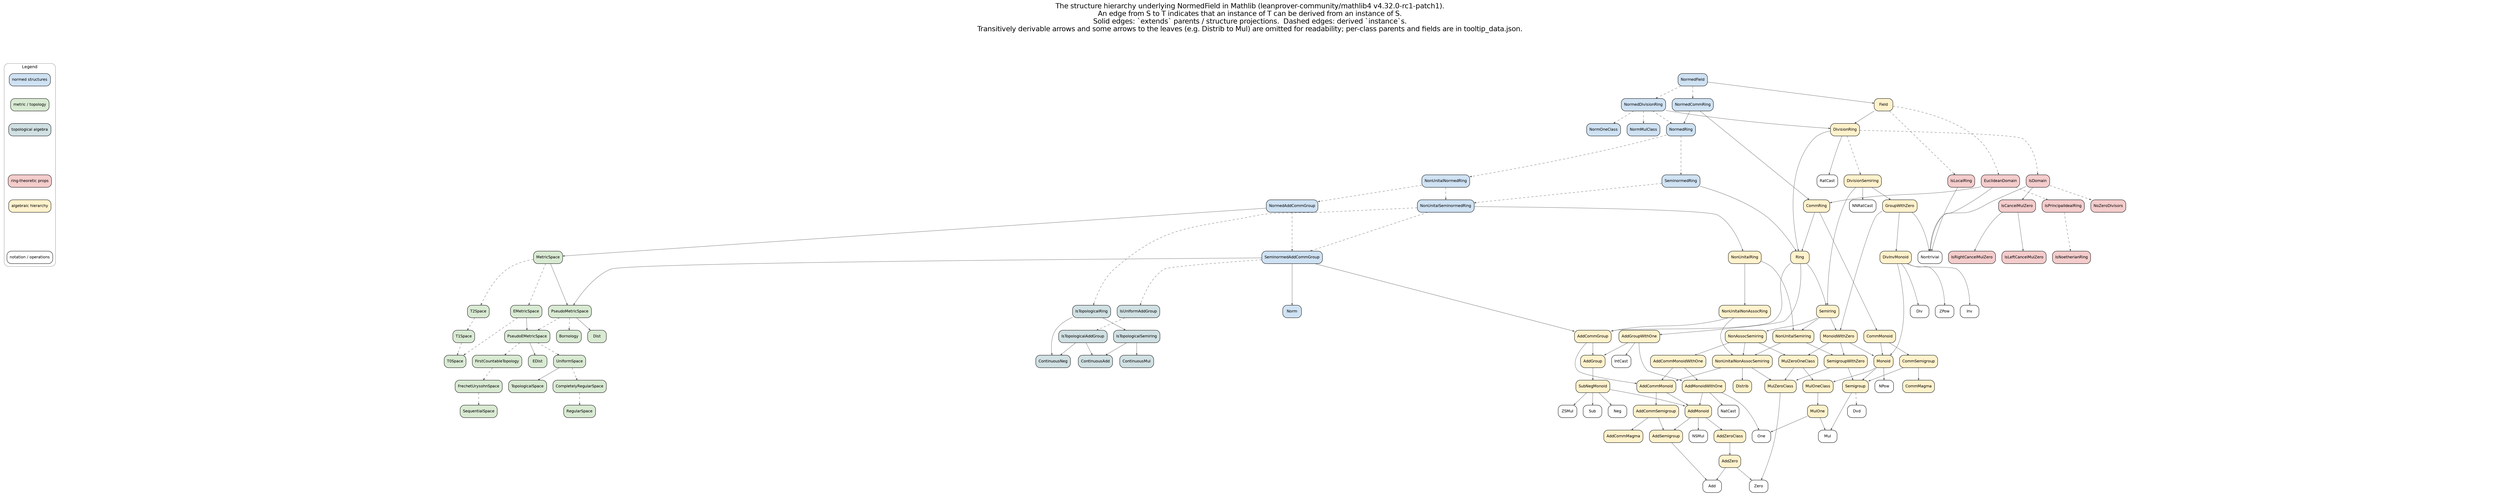
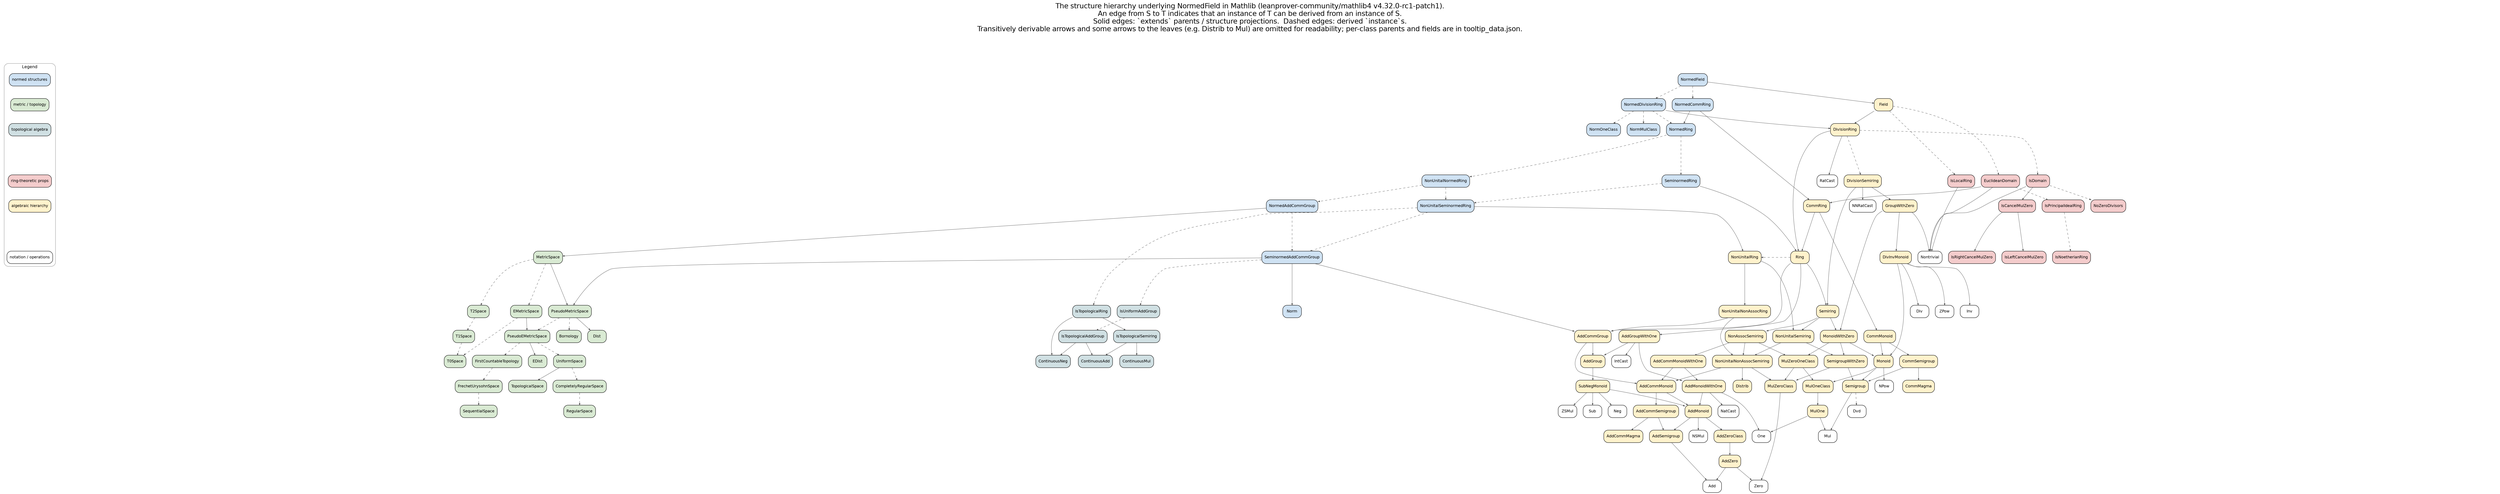
digraph mathlib {
  label="The structure hierarchy underlying NormedField in Mathlib (leanprover-community/mathlib4 v4.32.0-rc1-patch1).\nAn edge from S to T indicates that an instance of T can be derived from an instance of S.\nSolid edges: `extends` parents / structure projections.  Dashed edges: derived `instance`s.\nTransitively derivable arrows and some arrows to the leaves (e.g. Distrib to Mul) are omitted for readability; per-class parents and fields are in tooltip_data.json."; labelloc=t; fontname="Helvetica"; fontsize=20;
  node [shape=box, style="rounded,filled", fontname="Helvetica", fontsize=11, color=black];
  edge [color="#555555", penwidth=0.8, arrowsize=0.5];
  subgraph cluster_legend {
    label="Legend"; fontsize=12; color="#999999"; style=rounded;
    L1 [label="normed structures", fillcolor="#cfe2f3"];
    L2 [label="metric / topology", fillcolor="#d9ead3"];
    L3 [label="topological algebra", fillcolor="#d0e0e3"];
    L4 [label="ring-theoretic props", fillcolor="#f4cccc"];
    L5 [label="algebraic hierarchy", fillcolor="#fff2cc"];
    L6 [label="notation / operations", fillcolor="#ffffff"];
    L1 -> L2 [style=invis];
    L2 -> L3 [style=invis];
    L3 -> L4 [style=invis];
    L4 -> L5 [style=invis];
    L5 -> L6 [style=invis];
  }
  "Ring" [fillcolor="#fff2cc"];
  "DivisionRing" [fillcolor="#fff2cc"];
  "CommRing" [fillcolor="#fff2cc"];
  "Field" [fillcolor="#fff2cc"];
  "NonUnitalRing" [fillcolor="#fff2cc"];
  "AddCommGroup" [fillcolor="#fff2cc"];
  "Nontrivial" [fillcolor="#ffffff"];
  "MonoidWithZero" [fillcolor="#fff2cc"];
  "Monoid" [fillcolor="#fff2cc"];
  "SemigroupWithZero" [fillcolor="#fff2cc"];
  "MulZeroOneClass" [fillcolor="#fff2cc"];
  "ZPow" [fillcolor="#ffffff"];
  "NonUnitalNonAssocRing" [fillcolor="#fff2cc"];
  "NonUnitalNonAssocSemiring" [fillcolor="#fff2cc"];
  "AddMonoidWithOne" [fillcolor="#fff2cc"];
  "NatCast" [fillcolor="#ffffff"];
  "One" [fillcolor="#ffffff"];
  "AddMonoid" [fillcolor="#fff2cc"];
  "Distrib" [fillcolor="#fff2cc"];
  "Sub" [fillcolor="#ffffff"];
  "NonAssocSemiring" [fillcolor="#fff2cc"];
  "AddCommMonoidWithOne" [fillcolor="#fff2cc"];
  "MulOneClass" [fillcolor="#fff2cc"];
  "MulOne" [fillcolor="#fff2cc"];
  "AddCommSemigroup" [fillcolor="#fff2cc"];
  "AddCommMagma" [fillcolor="#fff2cc"];
  "AddSemigroup" [fillcolor="#fff2cc"];
  "AddZero" [fillcolor="#fff2cc"];
  "Zero" [fillcolor="#ffffff"];
  "Add" [fillcolor="#ffffff"];
  "IntCast" [fillcolor="#ffffff"];
  "Inv" [fillcolor="#ffffff"];
  "CommMonoid" [fillcolor="#fff2cc"];
  "CommSemigroup" [fillcolor="#fff2cc"];
  "Neg" [fillcolor="#ffffff"];
  "Semigroup" [fillcolor="#fff2cc"];
  "NPow" [fillcolor="#ffffff"];
  "DivInvMonoid" [fillcolor="#fff2cc"];
  "Div" [fillcolor="#ffffff"];
  "Mul" [fillcolor="#ffffff"];
  "Dvd" [fillcolor="#ffffff"];
  "MulZeroClass" [fillcolor="#fff2cc"];
  "AddCommMonoid" [fillcolor="#fff2cc"];
  "AddGroup" [fillcolor="#fff2cc"];
  "Semiring" [fillcolor="#fff2cc"];
  "AddGroupWithOne" [fillcolor="#fff2cc"];
  "NSMul" [fillcolor="#ffffff"];
  "AddZeroClass" [fillcolor="#fff2cc"];
  "NNRatCast" [fillcolor="#ffffff"];
  "SubNegMonoid" [fillcolor="#fff2cc"];
  "CommMagma" [fillcolor="#fff2cc"];
  "NonUnitalSemiring" [fillcolor="#fff2cc"];
  "ZSMul" [fillcolor="#ffffff"];
  "RatCast" [fillcolor="#ffffff"];
  "GroupWithZero" [fillcolor="#fff2cc"];
  "DivisionSemiring" [fillcolor="#fff2cc"];
  subgraph cluster_normed {
    style=invis;
    "NormedRing" [fillcolor="#cfe2f3"];
    "SeminormedRing" [fillcolor="#cfe2f3"];
    "NonUnitalNormedRing" [fillcolor="#cfe2f3"];
    "NonUnitalSeminormedRing" [fillcolor="#cfe2f3"];
    "NormedDivisionRing" [fillcolor="#cfe2f3"];
    "NormOneClass" [fillcolor="#cfe2f3"];
    "NormMulClass" [fillcolor="#cfe2f3"];
    "NormedCommRing" [fillcolor="#cfe2f3"];
    "NormedField" [fillcolor="#cfe2f3"];
    "NormedAddCommGroup" [fillcolor="#cfe2f3"];
    "SeminormedAddCommGroup" [fillcolor="#cfe2f3"];
    "Norm" [fillcolor="#cfe2f3"];
  }
  subgraph cluster_ringth {
    style=invis;
    "EuclideanDomain" [fillcolor="#f4cccc"];
    "IsPrincipalIdealRing" [fillcolor="#f4cccc"];
    "IsDomain" [fillcolor="#f4cccc"];
    "NoZeroDivisors" [fillcolor="#f4cccc"];
    "IsCancelMulZero" [fillcolor="#f4cccc"];
    "IsLocalRing" [fillcolor="#f4cccc"];
    "IsNoetherianRing" [fillcolor="#f4cccc"];
    "IsLeftCancelMulZero" [fillcolor="#f4cccc"];
    "IsRightCancelMulZero" [fillcolor="#f4cccc"];
  }
  subgraph cluster_topo {
    style=invis;
    "T2Space" [fillcolor="#d9ead3"];
    "T1Space" [fillcolor="#d9ead3"];
    "CompletelyRegularSpace" [fillcolor="#d9ead3"];
    "RegularSpace" [fillcolor="#d9ead3"];
    "PseudoEMetricSpace" [fillcolor="#d9ead3"];
    "FirstCountableTopology" [fillcolor="#d9ead3"];
    "EDist" [fillcolor="#d9ead3"];
    "UniformSpace" [fillcolor="#d9ead3"];
    "Dist" [fillcolor="#d9ead3"];
    "TopologicalSpace" [fillcolor="#d9ead3"];
    "FrechetUrysohnSpace" [fillcolor="#d9ead3"];
    "SequentialSpace" [fillcolor="#d9ead3"];
    "Bornology" [fillcolor="#d9ead3"];
    "EMetricSpace" [fillcolor="#d9ead3"];
    "T0Space" [fillcolor="#d9ead3"];
    "MetricSpace" [fillcolor="#d9ead3"];
    "PseudoMetricSpace" [fillcolor="#d9ead3"];
  }
  subgraph cluster_topoalg {
    style=invis;
    "ContinuousMul" [fillcolor="#d0e0e3"];
    "IsTopologicalAddGroup" [fillcolor="#d0e0e3"];
    "ContinuousAdd" [fillcolor="#d0e0e3"];
    "ContinuousNeg" [fillcolor="#d0e0e3"];
    "IsTopologicalRing" [fillcolor="#d0e0e3"];
    "IsTopologicalSemiring" [fillcolor="#d0e0e3"];
    "IsUniformAddGroup" [fillcolor="#d0e0e3"];
  }
  "T2Space" -> "T1Space" [style=dashed];
  "CompletelyRegularSpace" -> "RegularSpace" [style=dashed];
  "PseudoEMetricSpace" -> "FirstCountableTopology" [style=dashed];
  "PseudoEMetricSpace" -> "EDist";
  "PseudoEMetricSpace" -> "UniformSpace" [style=dashed];
  "FirstCountableTopology" -> "FrechetUrysohnSpace" [style=dashed];
  "FrechetUrysohnSpace" -> "SequentialSpace" [style=dashed];
  "EMetricSpace" -> "PseudoEMetricSpace";
  "EMetricSpace" -> "T0Space" [style=dashed];
  "T1Space" -> "T0Space" [style=dashed];
  "MetricSpace" -> "T2Space" [style=dashed];
  "MetricSpace" -> "EMetricSpace" [style=dashed];
  "MetricSpace" -> "PseudoMetricSpace";
  "PseudoMetricSpace" -> "PseudoEMetricSpace" [style=dashed];
  "PseudoMetricSpace" -> "Dist";
  "PseudoMetricSpace" -> "Bornology" [style=dashed];
  "UniformSpace" -> "CompletelyRegularSpace" [style=dashed];
  "UniformSpace" -> "TopologicalSpace";
  "IsTopologicalAddGroup" -> "ContinuousAdd";
  "IsTopologicalAddGroup" -> "ContinuousNeg";
  "IsTopologicalRing" -> "ContinuousNeg";
  "IsTopologicalRing" -> "IsTopologicalSemiring";
  "IsTopologicalSemiring" -> "ContinuousMul";
  "IsTopologicalSemiring" -> "ContinuousAdd";
  "IsUniformAddGroup" -> "IsTopologicalAddGroup" [style=dashed];
  "NormedRing" -> "SeminormedRing" [style=dashed];
  "NormedRing" -> "NonUnitalNormedRing" [style=dashed];
  "SeminormedRing" -> "NonUnitalSeminormedRing" [style=dashed];
  "SeminormedRing" -> "Ring";
  "NormedDivisionRing" -> "NormedRing" [style=dashed];
  "NormedDivisionRing" -> "NormOneClass" [style=dashed];
  "NormedDivisionRing" -> "NormMulClass" [style=dashed];
  "NormedDivisionRing" -> "DivisionRing";
  "NormedCommRing" -> "NormedRing";
  "NormedCommRing" -> "CommRing";
  "NormedField" -> "NormedDivisionRing" [style=dashed];
  "NormedField" -> "NormedCommRing" [style=dashed];
  "NormedField" -> "Field";
  "NormedAddCommGroup" -> "MetricSpace";
  "NormedAddCommGroup" -> "SeminormedAddCommGroup" [style=dashed];
  "NonUnitalSeminormedRing" -> "IsTopologicalRing" [style=dashed];
  "NonUnitalSeminormedRing" -> "SeminormedAddCommGroup" [style=dashed];
  "NonUnitalSeminormedRing" -> "NonUnitalRing";
  "NonUnitalNormedRing" -> "NormedAddCommGroup" [style=dashed];
  "NonUnitalNormedRing" -> "NonUnitalSeminormedRing" [style=dashed];
  "SeminormedAddCommGroup" -> "PseudoMetricSpace";
  "SeminormedAddCommGroup" -> "IsUniformAddGroup" [style=dashed];
  "SeminormedAddCommGroup" -> "Norm";
  "SeminormedAddCommGroup" -> "AddCommGroup";
  "EuclideanDomain" -> "IsPrincipalIdealRing" [style=dashed];
  "EuclideanDomain" -> "Nontrivial";
  "EuclideanDomain" -> "CommRing";
  "IsDomain" -> "NoZeroDivisors" [style=dashed];
  "IsDomain" -> "IsCancelMulZero";
  "IsDomain" -> "Nontrivial";
  "IsLocalRing" -> "Nontrivial";
  "IsPrincipalIdealRing" -> "IsNoetherianRing" [style=dashed];
  "IsCancelMulZero" -> "IsLeftCancelMulZero";
  "IsCancelMulZero" -> "IsRightCancelMulZero";
  "MonoidWithZero" -> "Monoid";
  "MonoidWithZero" -> "SemigroupWithZero";
  "MonoidWithZero" -> "MulZeroOneClass";
  "NonUnitalNonAssocRing" -> "NonUnitalNonAssocSemiring";
  "NonUnitalNonAssocRing" -> "AddCommGroup";
  "AddMonoidWithOne" -> "NatCast";
  "AddMonoidWithOne" -> "One";
  "AddMonoidWithOne" -> "AddMonoid";
  "NonAssocSemiring" -> "NonUnitalNonAssocSemiring";
  "NonAssocSemiring" -> "AddCommMonoidWithOne";
  "NonAssocSemiring" -> "MulZeroOneClass";
  "MulOneClass" -> "MulOne";
  "AddCommSemigroup" -> "AddCommMagma";
  "AddCommSemigroup" -> "AddSemigroup";
  "AddZero" -> "Zero";
  "AddZero" -> "Add";
  "CommMonoid" -> "Monoid";
  "CommMonoid" -> "CommSemigroup";
  "Monoid" -> "MulOneClass";
  "Monoid" -> "Semigroup";
  "Monoid" -> "NPow";
  "DivInvMonoid" -> "ZPow";
  "DivInvMonoid" -> "Inv";
  "DivInvMonoid" -> "Monoid";
  "DivInvMonoid" -> "Div";
  "Semigroup" -> "Mul";
  "Semigroup" -> "Dvd" [style=dashed];
  "MulZeroClass" -> "Zero";
  "NonUnitalNonAssocSemiring" -> "Distrib";
  "NonUnitalNonAssocSemiring" -> "MulZeroClass";
  "NonUnitalNonAssocSemiring" -> "AddCommMonoid";
  "AddCommGroup" -> "AddGroup";
  "AddCommGroup" -> "AddCommMonoid";
  "Ring" -> "AddCommGroup";
  "Ring" -> "Semiring";
  "Ring" -> "AddGroupWithOne";
+   "Ring" -> "NonUnitalRing" [style=dashed, constraint=false];
  "AddSemigroup" -> "Add";
  "AddZeroClass" -> "AddZero";
  "AddGroup" -> "SubNegMonoid";
  "CommSemigroup" -> "Semigroup";
  "CommSemigroup" -> "CommMagma";
  "Semiring" -> "MonoidWithZero";
  "Semiring" -> "NonAssocSemiring";
  "Semiring" -> "NonUnitalSemiring";
  "MulOne" -> "One";
  "MulOne" -> "Mul";
  "AddCommMonoid" -> "AddCommSemigroup";
  "AddCommMonoid" -> "AddMonoid";
  "CommRing" -> "CommMonoid";
  "CommRing" -> "Ring";
  "SemigroupWithZero" -> "Semigroup";
  "SemigroupWithZero" -> "MulZeroClass";
  "Field" -> "EuclideanDomain" [style=dashed];
  "Field" -> "IsLocalRing" [style=dashed];
  "Field" -> "DivisionRing";
  "GroupWithZero" -> "MonoidWithZero";
  "GroupWithZero" -> "Nontrivial";
  "GroupWithZero" -> "DivInvMonoid";
  "AddGroupWithOne" -> "AddMonoidWithOne";
  "AddGroupWithOne" -> "IntCast";
  "AddGroupWithOne" -> "AddGroup";
  "NonUnitalSemiring" -> "NonUnitalNonAssocSemiring";
  "NonUnitalSemiring" -> "SemigroupWithZero";
  "NonUnitalRing" -> "NonUnitalNonAssocRing";
  "NonUnitalRing" -> "NonUnitalSemiring";
  "SubNegMonoid" -> "Sub";
  "SubNegMonoid" -> "Neg";
  "SubNegMonoid" -> "ZSMul";
  "SubNegMonoid" -> "AddMonoid";
  "AddMonoid" -> "NSMul";
  "AddMonoid" -> "AddSemigroup";
  "AddMonoid" -> "AddZeroClass";
  "AddCommMonoidWithOne" -> "AddMonoidWithOne";
  "AddCommMonoidWithOne" -> "AddCommMonoid";
  "DivisionRing" -> "IsDomain" [style=dashed];
  "DivisionRing" -> "Ring";
  "DivisionRing" -> "RatCast";
  "DivisionRing" -> "DivisionSemiring" [style=dashed];
  "DivisionSemiring" -> "NNRatCast";
  "DivisionSemiring" -> "Semiring";
  "DivisionSemiring" -> "GroupWithZero";
  "MulZeroOneClass" -> "MulOneClass";
  "MulZeroOneClass" -> "MulZeroClass";
}
